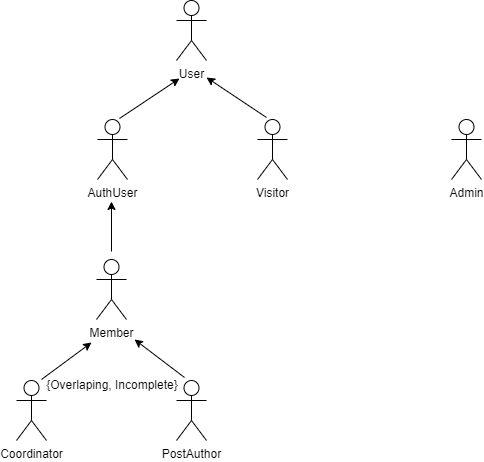
Andrepereira2001/feup-lbaw-2021 keeps this draw.io diagram as Docs/ActorsDiagram.png. Above is the earlier version. Source tidied: cells renumbered, new cells last; positions are measured from the earlier drawing's top-left corner, leaving out a move shared by most shapes.
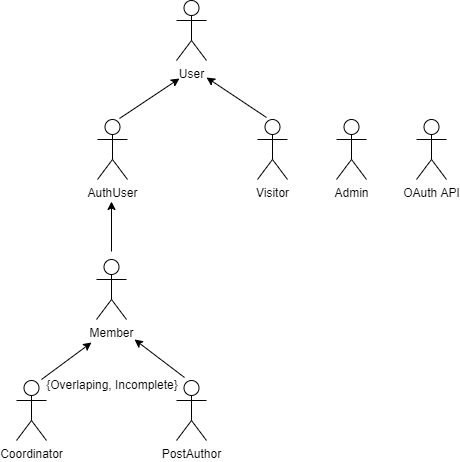
After the change.

What changed in the source:
```diff
@@ -15,7 +15,7 @@
       <mxGeometry x="80" y="259" width="30" height="60" as="geometry" />
     </mxCell>
     <mxCell id="6" value="Admin" style="shape=umlActor;verticalLabelPosition=bottom;verticalAlign=top;html=1;" parent="1" vertex="1">
-      <mxGeometry x="435" y="119" width="30" height="60" as="geometry" />
+      <mxGeometry x="320" y="119" width="30" height="60" as="geometry" />
     </mxCell>
     <mxCell id="7" value="Visitor" style="shape=umlActor;verticalLabelPosition=bottom;verticalAlign=top;html=1;" parent="1" vertex="1">
       <mxGeometry x="241" y="119" width="30" height="60" as="geometry" />
@@ -56,5 +56,8 @@
     <mxCell id="14" value="{Overlaping, Incomplete}" style="text;html=1;strokeColor=none;fillColor=none;align=center;verticalAlign=middle;whiteSpace=wrap;rounded=0;" parent="1" vertex="1">
       <mxGeometry x="21" y="369" width="150" height="29" as="geometry" />
     </mxCell>
+    <mxCell id="15" value="OAuth API" style="shape=umlActor;verticalLabelPosition=bottom;verticalAlign=top;html=1;" parent="1" vertex="1">
+      <mxGeometry x="400" y="119" width="30" height="60" as="geometry" />
+    </mxCell>
   </root>
 </mxGraphModel>
```
